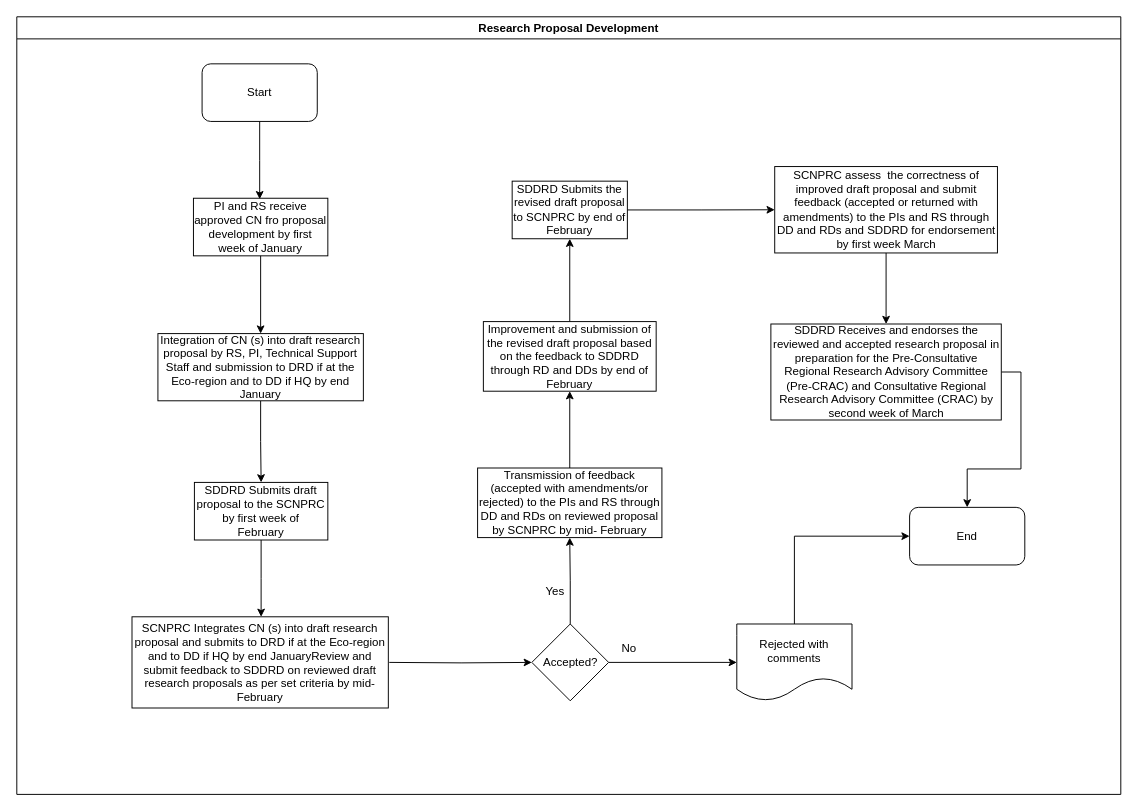
This is KEFRI_R&D-Research Proposal Development.drawio from kmagua/flowcharts, a draw.io file, before an edit. Source tidied: cells renumbered, new cells numbered last; positions are measured from the earlier drawing's top-left corner, leaving out a move shared by most shapes. Both pictures are drawn from the tidied source at 96%, with x=0, y=0 at pixel (16, 16).
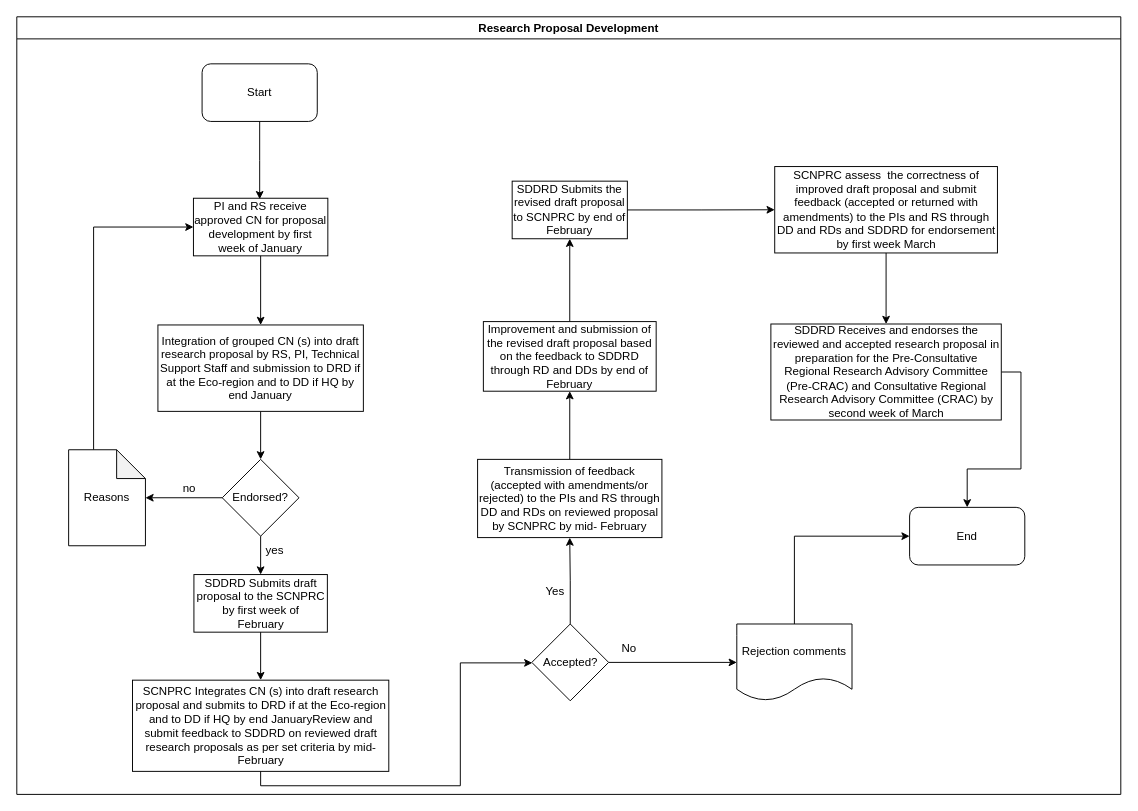
The same diagram, later.

The change refers to these unchanged cells:
```xml
<mxCell id="2" value="Research Proposal Development" style="swimlane;" parent="1" vertex="1">
  <mxGeometry width="1150" height="810" as="geometry" />
</mxCell>
<mxCell id="24" value="Accepted?" style="rhombus;whiteSpace=wrap;html=1;rounded=0;" parent="1" vertex="1">
  <mxGeometry x="536.5" y="632.5" width="80" height="80" as="geometry" />
</mxCell>
```

What changed in the source:
```diff
@@
-    <mxCell id="4" value="PI and RS receive approved CN fro proposal development by first week of January" style="rounded=0;whiteSpace=wrap;html=1;" parent="2" vertex="1">
+    <mxCell id="4" value="PI and RS receive approved CN for proposal development by first week of January" style="rounded=0;whiteSpace=wrap;html=1;" parent="2" vertex="1">
       <mxGeometry x="184" y="189" width="140" height="60" as="geometry" />
     </mxCell>
@@
-    <mxCell id="9" value="Rejected with comments" style="shape=document;whiteSpace=wrap;html=1;boundedLbl=1;rounded=0;" parent="2" vertex="1">
+    <mxCell id="9" value="Rejection comments" style="shape=document;whiteSpace=wrap;html=1;boundedLbl=1;rounded=0;" parent="2" vertex="1">
       <mxGeometry x="750" y="632.5" width="120" height="80" as="geometry" />
     </mxCell>
@@
+    <mxCell id="21" value="SCNPRC Integrates CN (s) into draft research proposal and submits to DRD if at the Eco-region and to DD if HQ by end JanuaryReview and submit feedback to SDDRD on reviewed draft research proposals as per set criteria by mid-February" style="whiteSpace=wrap;html=1;rounded=0;" parent="2" vertex="1">
+      <mxGeometry x="120.5" y="691" width="267" height="95" as="geometry" />
+    </mxCell>
+    <mxCell id="19" value="SDDRD Submits draft proposal to the SCNPRC by first week of&lt;br&gt;February" style="whiteSpace=wrap;html=1;rounded=0;" parent="2" vertex="1">
+      <mxGeometry x="184.5" y="581" width="139" height="60" as="geometry" />
+    </mxCell>
+    <mxCell id="15" style="edgeStyle=orthogonalEdgeStyle;rounded=0;jettySize=auto;html=1;entryX=0.5;entryY=0;entryDx=0;entryDy=0;exitX=0.5;exitY=1;exitDx=0;exitDy=0;" parent="2" edge="1" source="19" target="21">
+      <mxGeometry relative="1" as="geometry" />
+    </mxCell>
+    <mxCell id="31" value="Endorsed?" style="rhombus;whiteSpace=wrap;html=1;rounded=0;" parent="2" vertex="1">
+      <mxGeometry x="214" y="461" width="80" height="80" as="geometry" />
+    </mxCell>
+    <mxCell id="32" style="edgeStyle=orthogonalEdgeStyle;rounded=0;jettySize=auto;html=1;entryX=0.5;entryY=0;entryDx=0;entryDy=0;" parent="2" edge="1" source="31" target="19">
+      <mxGeometry relative="1" as="geometry" />
+    </mxCell>
+    <mxCell id="33" value="yes" style="text;html=1;strokeColor=none;fillColor=none;align=center;verticalAlign=middle;whiteSpace=wrap;rounded=0;" parent="2" vertex="1">
+      <mxGeometry x="249" y="546" width="40" height="20" as="geometry" />
+    </mxCell>
+    <mxCell id="34" value="no" style="text;html=1;strokeColor=none;fillColor=none;align=center;verticalAlign=middle;whiteSpace=wrap;rounded=0;" parent="2" vertex="1">
+      <mxGeometry x="160" y="482" width="40" height="20" as="geometry" />
+    </mxCell>
@@
-    <mxCell id="15" style="edgeStyle=orthogonalEdgeStyle;rounded=0;jettySize=auto;html=1;" parent="1" edge="1" source="16" target="19">
-      <mxGeometry relative="1" as="geometry" />
-    </mxCell>
+    <mxCell id="35" style="edgeStyle=orthogonalEdgeStyle;rounded=0;jettySize=auto;html=1;" parent="1" edge="1" source="16" target="31">
+      <mxGeometry relative="1" as="geometry" />
+    </mxCell>
-    <mxCell id="16" value="Integration of CN (s) into draft research proposal by RS, PI, Technical Support Staff and submission to DRD if at the Eco-region and to DD if HQ by end January" style="whiteSpace=wrap;html=1;rounded=0;" parent="1" vertex="1">
-      <mxGeometry x="147" y="330" width="214" height="70" as="geometry" />
+    <mxCell id="16" value="Integration of grouped CN (s) into draft research proposal by RS, PI, Technical Support Staff and submission to DRD if at the Eco-region and to DD if HQ by end January" style="whiteSpace=wrap;html=1;rounded=0;" parent="1" vertex="1">
+      <mxGeometry x="147" y="321" width="214" height="90" as="geometry" />
     </mxCell>
@@
-    <mxCell id="18" style="edgeStyle=orthogonalEdgeStyle;rounded=0;jettySize=auto;html=1;" parent="1" edge="1" source="19">
-      <mxGeometry relative="1" as="geometry">
-        <mxPoint x="254.5" y="625" as="targetPoint" />
-      </mxGeometry>
-    </mxCell>
-    <mxCell id="19" value="SDDRD Submits draft proposal to the SCNPRC by first week of&lt;br&gt;February" style="whiteSpace=wrap;html=1;rounded=0;" parent="1" vertex="1">
-      <mxGeometry x="185" y="485" width="139" height="60" as="geometry" />
-    </mxCell>
-    <mxCell id="20" style="edgeStyle=orthogonalEdgeStyle;rounded=0;jettySize=auto;html=1;" parent="1" edge="1" target="24">
+    <mxCell id="20" style="edgeStyle=orthogonalEdgeStyle;rounded=0;jettySize=auto;html=1;exitX=0.5;exitY=1;exitDx=0;exitDy=0;" parent="1" edge="1" source="21" target="24">
       <mxGeometry relative="1" as="geometry">
-        <mxPoint x="388" y="672.5" as="sourcePoint" />
+        <Array as="points">
+          <mxPoint x="254" y="801" />
+          <mxPoint x="462" y="801" />
+          <mxPoint x="462" y="673" />
+        </Array>
       </mxGeometry>
     </mxCell>
-    <mxCell id="21" value="SCNPRC Integrates CN (s) into draft research proposal and submits to DRD if at the Eco-region and to DD if HQ by end JanuaryReview and submit feedback to SDDRD on reviewed draft research proposals as per set criteria by mid-February" style="whiteSpace=wrap;html=1;rounded=0;" parent="1" vertex="1">
-      <mxGeometry x="120" y="625" width="267" height="95" as="geometry" />
-    </mxCell>
@@
     <mxCell id="26" value="Transmission of feedback (accepted with amendments/or rejected) to the PIs and RS through DD and RDs on reviewed proposal by SCNPRC by mid- February" style="whiteSpace=wrap;html=1;rounded=0;" parent="1" vertex="1">
-      <mxGeometry x="480" y="470" width="192" height="72.5" as="geometry" />
+      <mxGeometry x="480" y="461" width="192" height="81.5" as="geometry" />
     </mxCell>
@@
+    <mxCell id="36" style="edgeStyle=orthogonalEdgeStyle;rounded=0;jettySize=auto;html=1;entryX=0;entryY=0.5;entryDx=0;entryDy=0;" parent="1" edge="1" source="37" target="4">
+      <mxGeometry relative="1" as="geometry">
+        <Array as="points">
+          <mxPoint x="80" y="219" />
+        </Array>
+      </mxGeometry>
+    </mxCell>
+    <mxCell id="37" value="Reasons" style="shape=note;whiteSpace=wrap;html=1;backgroundOutline=1;darkOpacity=0.05;rounded=0;" parent="1" vertex="1">
+      <mxGeometry x="54" y="451" width="80" height="100" as="geometry" />
+    </mxCell>
+    <mxCell id="38" style="edgeStyle=orthogonalEdgeStyle;rounded=0;jettySize=auto;html=1;" parent="1" edge="1" source="31" target="37">
+      <mxGeometry relative="1" as="geometry" />
+    </mxCell>
```
